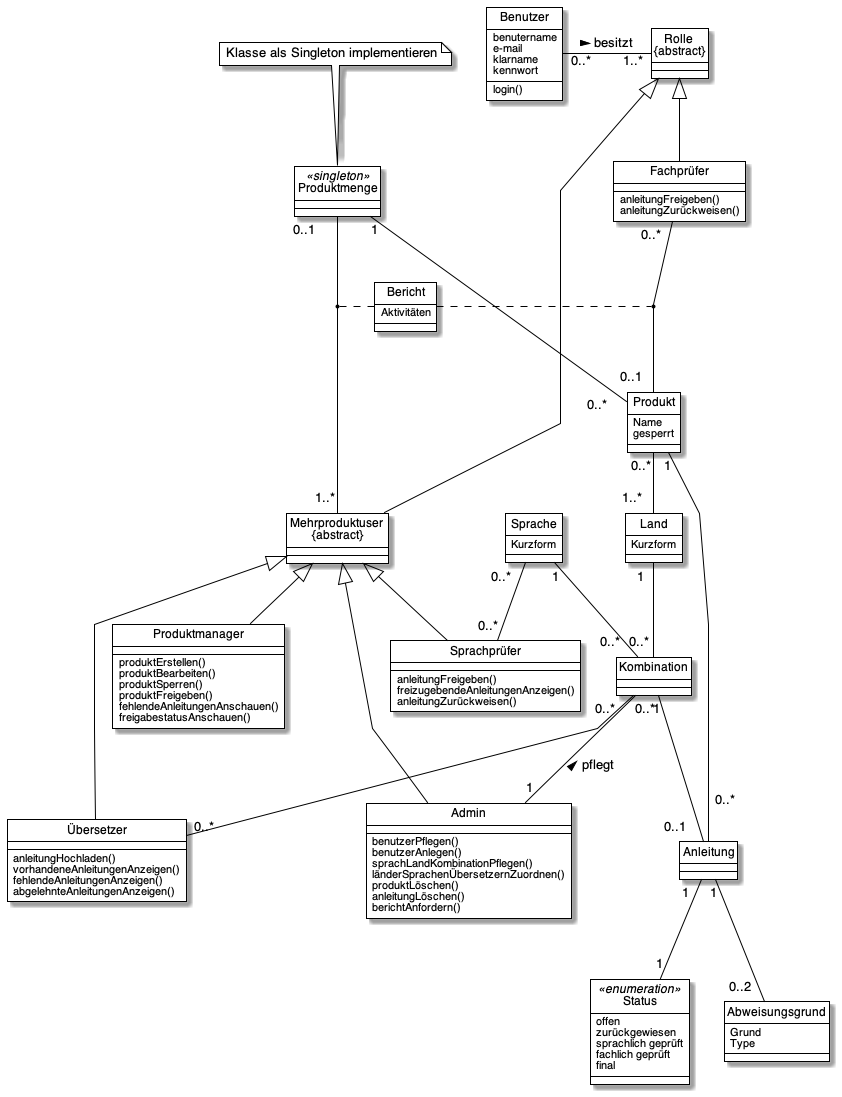
Before: out/klassendiagramm/Klassendiagramm.png, a diagram exported from PlantUML (Schubert-Tom/Manual-Master).
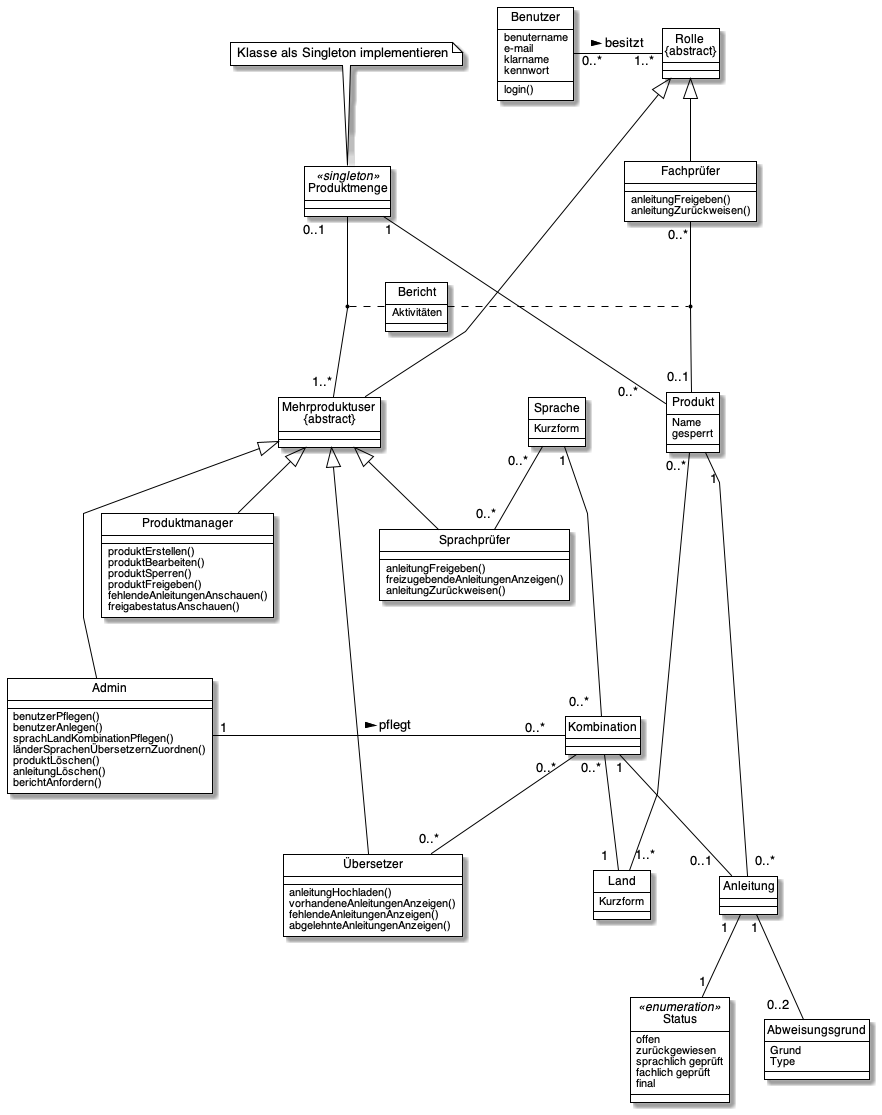
The same file after the commit.

Change to the diagram source:
```diff
@@ -84,26 +84,29 @@
 
 Mehrproduktuser <|-- Sprachprüfer
 Mehrproduktuser <|-- Übersetzer
+Produktmanager -up-|> Mehrproduktuser
 Mehrproduktuser <|-- Admin
-Mehrproduktuser <|-- Produktmanager
+
 Benutzer "0..*" -right- "1..*" Rolle : besitzt >
 
-Kombination "0..*    " -- "1" Admin : < pflegt
+Produktmanager -[hidden]- Admin
+
+Kombination "0..*   " -left- "1" Admin : < pflegt
 Kombination "0..*  " -- "0..*" Übersetzer
 Kombination "1" -- "0..1\t" Anleitung
 
-Land "1  " -- "  0..*" Kombination
+Land "1  " -left- "  0..*" Kombination
 Sprache "1" -- "0..*  " Kombination
 
 Anleitung "1  " -- "1" Status
 Anleitung "1" -- "0..2  " Abweisungsgrund
 
-Produktmenge "1" -- "0..*   " Produkt
+Produktmenge "1" -- "0..*     " Produkt
 Produktmenge "   0..1    " -- "1..*" Mehrproduktuser
 
-Produkt "1" -- " 0..*\r\n" Anleitung
-Fachprüfer "0..*  " -- "0..1  " Produkt
-Produkt "0..*" -- "1..*  " Land
+Produkt "\n1   " -- " 0..*" Anleitung
+Fachprüfer "0..*" -- "0..1" Produkt
+Produkt "  0..*" ---- "1..* " Land
 
 Sprache "0..*  " -- "0..*" Sprachprüfer
 
```
